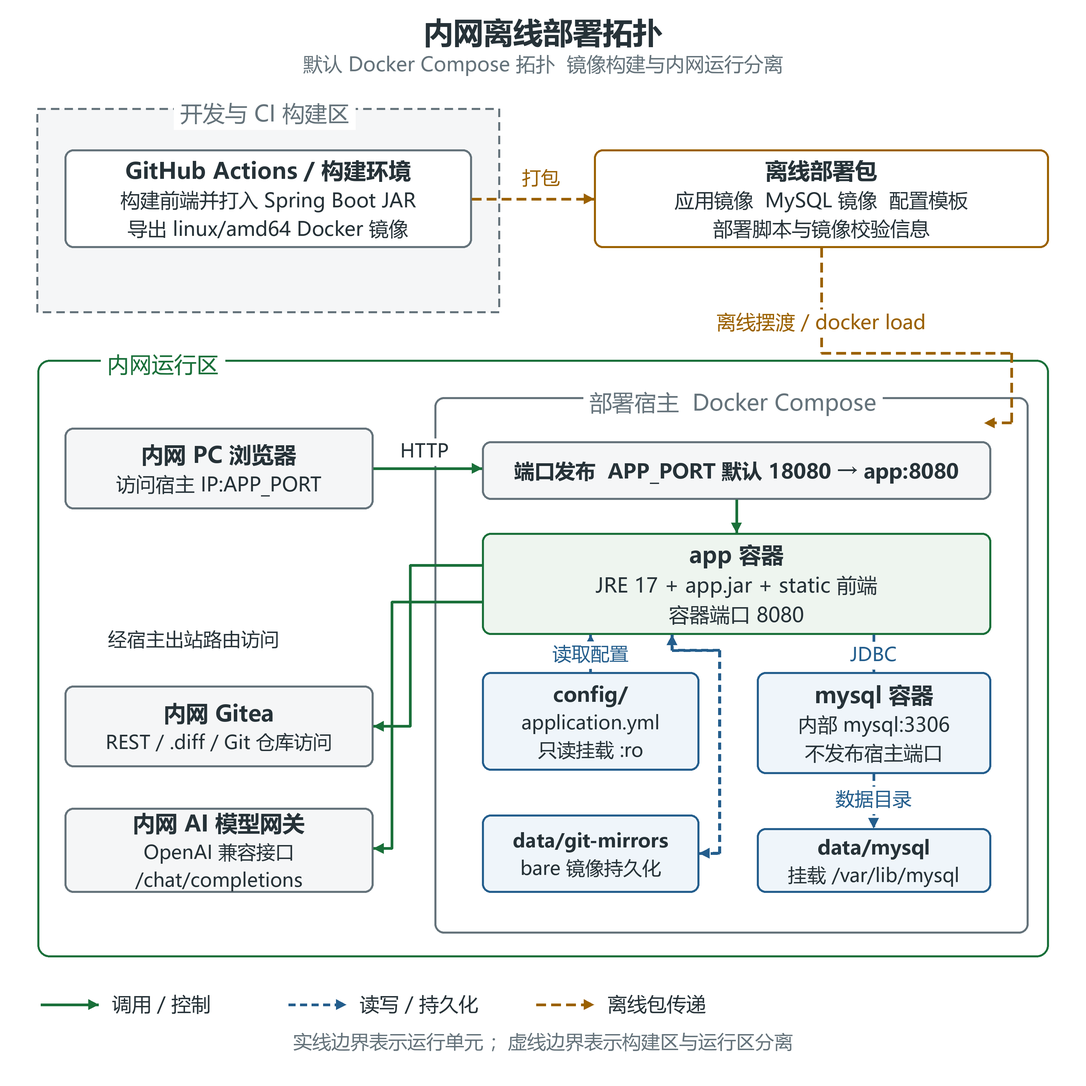
Before: docs/delivery/dev-20261013/figures/deployment.png, a diagram exported from Mermaid (bakemonoingithub/codereview). Its source is kept beside it as docs/delivery/dev-20261013/figures/deployment.mmd. The source it was exported from:
```mermaid
flowchart TB
  subgraph BUILD["开发与 CI 构建区"]
    CI["GitHub Actions / 构建环境<br/>前端构建产物打入 Spring Boot JAR<br/>导出 linux/amd64 Docker 镜像"]
  end
  PKG["离线部署包<br/>应用镜像 MySQL 镜像 配置模板<br/>部署脚本与镜像校验信息"]
  CI -.->|离线包打包| PKG
  subgraph INTRA["内网运行区"]
    PC["内网 PC 浏览器<br/>宿主 IP:APP_PORT"]
    GT["内网 Gitea<br/>REST / .diff / Git 仓库访问"]
    AI["内网 AI 模型网关<br/>OpenAI 兼容 /chat/completions"]
    subgraph HOST["部署宿主 Docker Compose"]
      LOAD["在宿主加载离线镜像<br/>docker load"]
      PORT["宿主端口发布<br/>APP_PORT 默认 18080 → app:8080"]
      APP["app 容器<br/>JRE 17 + app.jar + static 前端<br/>容器端口 8080"]
      MYSQL[("mysql 容器<br/>内部 mysql:3306<br/>不发布宿主端口")]
      CFG["config/application.yml<br/>→ /app/config/application.yml:ro"]
      MIRROR["data/git-mirrors<br/>→ /app/data/git-mirrors<br/>bare 镜像持久化"]
      DATA["data/mysql<br/>→ /var/lib/mysql"]
      PC -->|HTTP| PORT
      PORT --> APP
      CFG -.->|只读配置| APP
      APP -.->|JDBC 读写| MYSQL
      APP <-.->|持久化镜像| MIRROR
      MYSQL -.->|持久化数据| DATA
      APP -->|经宿主出站路由 REST/Git| GT
      APP -->|经宿主出站路由 HTTP| AI
    end
  end
  PKG -.->|离线摆渡| LOAD
  classDef app fill:#EEF5EF,stroke:#1A703A,color:#263238,stroke-width:2px;
  classDef ext fill:#F5F6F7,stroke:#65737B,color:#263238,stroke-width:2px;
  classDef store fill:#EFF5FA,stroke:#245E8D,color:#263238,stroke-width:2px;
  classDef offline fill:#FFFFFF,stroke:#9B6100,color:#263238,stroke-width:2px;
  class APP app;
  class PC,GT,AI,PORT,CI ext;
  class MYSQL,CFG,MIRROR,DATA store;
  class PKG,LOAD offline;
  style BUILD stroke:#65737B,stroke-dasharray:8 5,fill:#F5F6F7;
  style INTRA stroke:#1A703A,fill:#FFFFFF;
  style HOST stroke:#65737B,fill:#FFFFFF;
  linkStyle default stroke:#1A703A,stroke-width:2px;
  linkStyle 0,9 stroke:#9B6100,stroke-width:2px,stroke-dasharray:8 5;
  linkStyle 3,4,5,6 stroke:#245E8D,stroke-width:2px,stroke-dasharray:6 4;
```
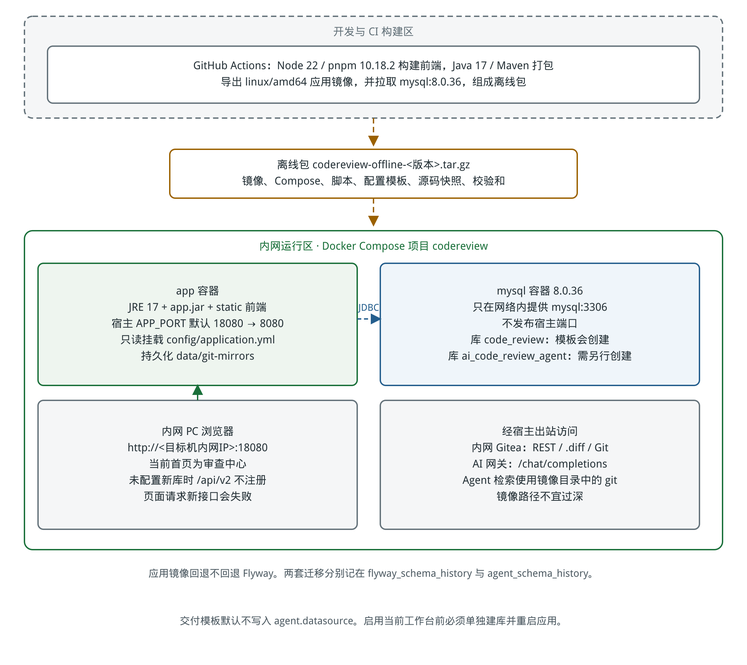
Later version of the same file.

Change to the diagram source:
```diff
@@ -1,43 +1,7 @@
 flowchart TB
-  subgraph BUILD["开发与 CI 构建区"]
-    CI["GitHub Actions / 构建环境<br/>前端构建产物打入 Spring Boot JAR<br/>导出 linux/amd64 Docker 镜像"]
-  end
-  PKG["离线部署包<br/>应用镜像 MySQL 镜像 配置模板<br/>部署脚本与镜像校验信息"]
-  CI -.->|离线包打包| PKG
-  subgraph INTRA["内网运行区"]
-    PC["内网 PC 浏览器<br/>宿主 IP:APP_PORT"]
-    GT["内网 Gitea<br/>REST / .diff / Git 仓库访问"]
-    AI["内网 AI 模型网关<br/>OpenAI 兼容 /chat/completions"]
-    subgraph HOST["部署宿主 Docker Compose"]
-      LOAD["在宿主加载离线镜像<br/>docker load"]
-      PORT["宿主端口发布<br/>APP_PORT 默认 18080 → app:8080"]
-      APP["app 容器<br/>JRE 17 + app.jar + static 前端<br/>容器端口 8080"]
-      MYSQL[("mysql 容器<br/>内部 mysql:3306<br/>不发布宿主端口")]
-      CFG["config/application.yml<br/>→ /app/config/application.yml:ro"]
-      MIRROR["data/git-mirrors<br/>→ /app/data/git-mirrors<br/>bare 镜像持久化"]
-      DATA["data/mysql<br/>→ /var/lib/mysql"]
-      PC -->|HTTP| PORT
-      PORT --> APP
-      CFG -.->|只读配置| APP
-      APP -.->|JDBC 读写| MYSQL
-      APP <-.->|持久化镜像| MIRROR
-      MYSQL -.->|持久化数据| DATA
-      APP -->|经宿主出站路由 REST/Git| GT
-      APP -->|经宿主出站路由 HTTP| AI
-    end
-  end
-  PKG -.->|离线摆渡| LOAD
-  classDef app fill:#EEF5EF,stroke:#1A703A,color:#263238,stroke-width:2px;
-  classDef ext fill:#F5F6F7,stroke:#65737B,color:#263238,stroke-width:2px;
-  classDef store fill:#EFF5FA,stroke:#245E8D,color:#263238,stroke-width:2px;
-  classDef offline fill:#FFFFFF,stroke:#9B6100,color:#263238,stroke-width:2px;
-  class APP app;
-  class PC,GT,AI,PORT,CI ext;
-  class MYSQL,CFG,MIRROR,DATA store;
-  class PKG,LOAD offline;
-  style BUILD stroke:#65737B,stroke-dasharray:8 5,fill:#F5F6F7;
-  style INTRA stroke:#1A703A,fill:#FFFFFF;
-  style HOST stroke:#65737B,fill:#FFFFFF;
-  linkStyle default stroke:#1A703A,stroke-width:2px;
-  linkStyle 0,9 stroke:#9B6100,stroke-width:2px,stroke-dasharray:8 5;
-  linkStyle 3,4,5,6 stroke:#245E8D,stroke-width:2px,stroke-dasharray:6 4;
+  CI["GitHub Actions<br/>Node 22 + Java 17"] -.-> PKG["离线包"]
+  PKG -.-> HOST["内网 Compose"]
+  HOST --> APP["app：JRE 17 + static<br/>18080 到 8080"]
+  HOST --> MYSQL[("mysql:8.0.36<br/>code_review<br/>ai_code_review_agent")]
+  APP -.-> MYSQL
+  APP --> GIT["内网 Gitea 与 AI 网关"]
```
